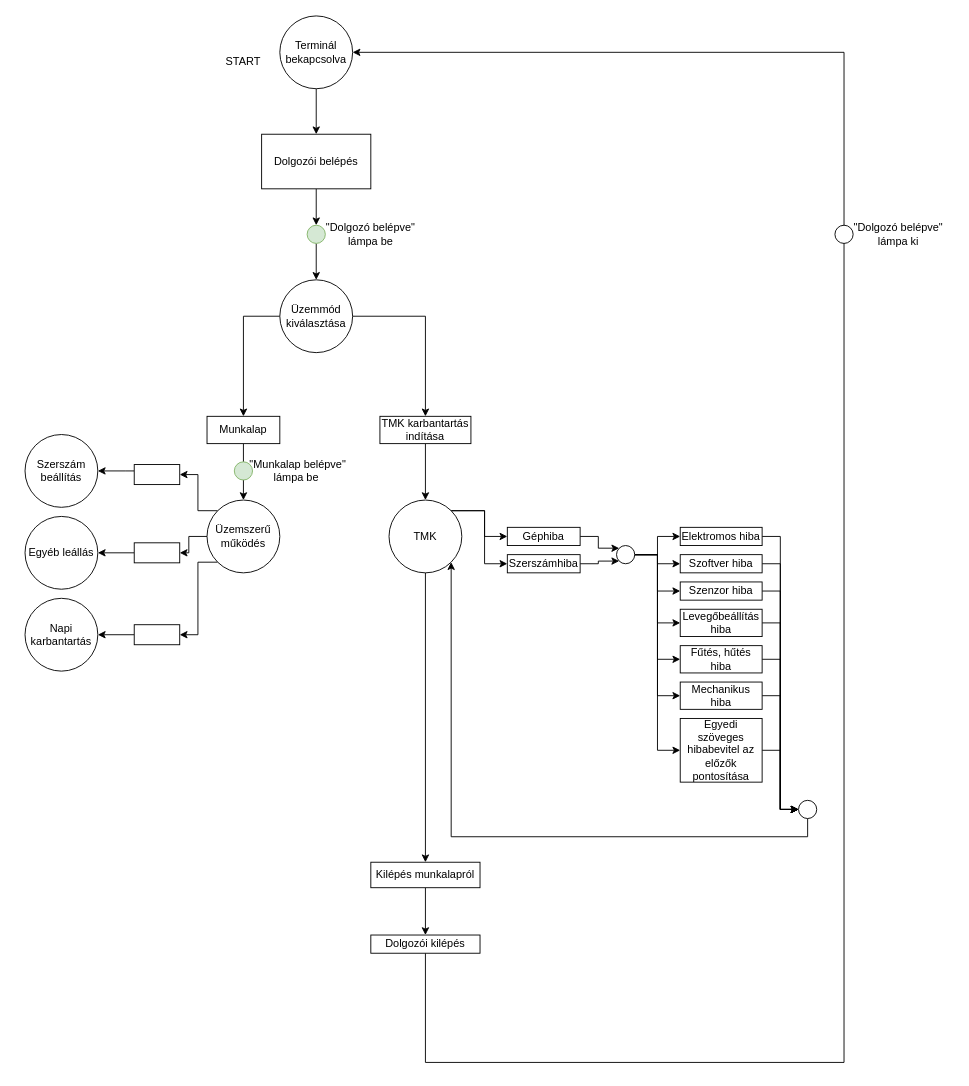
Above: mesterminal_flowchart.drawio in KerteszZoltan/mesterminal (draw.io), before the change. Source tidied: cells renumbered, new cells numbered last; positions are measured from the earlier drawing's top-left corner, leaving out a move shared by most shapes. Both pictures are drawn from the tidied source at 91%, with x=0, y=0 at pixel (25, 15).
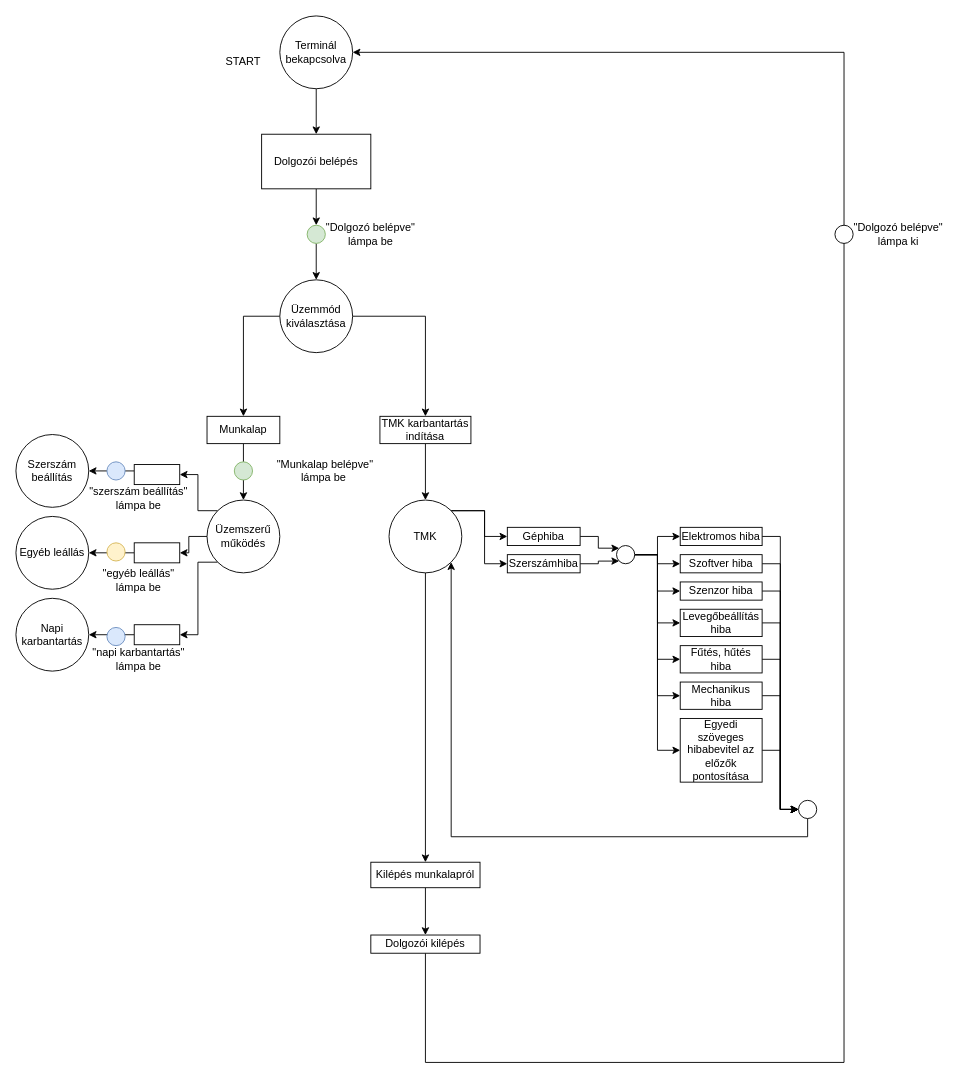
After the change.

Commit message:
something process pause save

Change to the diagram source:
```diff
@@
     <mxCell id="60" value="&quot;Munkalap belépve&quot; lámpa be&amp;nbsp;" style="text;html=1;strokeColor=none;fillColor=none;align=center;verticalAlign=middle;whiteSpace=wrap;rounded=0;" parent="1" vertex="1">
-      <mxGeometry x="240" y="485" width="120" height="30" as="geometry" />
+      <mxGeometry x="270" y="485" width="120" height="30" as="geometry" />
     </mxCell>
     <mxCell id="61" value="Szerszám beállítás" style="ellipse;whiteSpace=wrap;html=1;" parent="1" vertex="1">
-      <mxGeometry y="460" width="80" height="80" as="geometry" />
+      <mxGeometry x="-10" y="460" width="80" height="80" as="geometry" />
     </mxCell>
     <mxCell id="62" value="Egyéb leállás" style="ellipse;whiteSpace=wrap;html=1;" parent="1" vertex="1">
-      <mxGeometry y="550" width="80" height="80" as="geometry" />
+      <mxGeometry x="-10" y="550" width="80" height="80" as="geometry" />
     </mxCell>
     <mxCell id="63" value="Napi karbantartás" style="ellipse;whiteSpace=wrap;html=1;" parent="1" vertex="1">
-      <mxGeometry y="640" width="80" height="80" as="geometry" />
+      <mxGeometry x="-10" y="640" width="80" height="80" as="geometry" />
     </mxCell>
@@
+    <mxCell id="70" style="ellipse;whiteSpace=wrap;html=1;fillColor=#dae8fc;strokeColor=#6c8ebf;" parent="1" vertex="1">
+      <mxGeometry x="90" y="490" width="20" height="20" as="geometry" />
+    </mxCell>
+    <mxCell id="71" style="ellipse;whiteSpace=wrap;html=1;fillColor=#fff2cc;strokeColor=#d6b656;" parent="1" vertex="1">
+      <mxGeometry x="90" y="579" width="20" height="20" as="geometry" />
+    </mxCell>
+    <mxCell id="72" style="ellipse;whiteSpace=wrap;html=1;fillColor=#dae8fc;strokeColor=#6c8ebf;" parent="1" vertex="1">
+      <mxGeometry x="90" y="672" width="20" height="20" as="geometry" />
+    </mxCell>
+    <mxCell id="73" value="&quot;napi karbantartás&quot; lámpa be" style="text;html=1;strokeColor=none;fillColor=none;align=center;verticalAlign=middle;whiteSpace=wrap;rounded=0;" parent="1" vertex="1">
+      <mxGeometry x="60" y="697" width="130" height="20" as="geometry" />
+    </mxCell>
+    <mxCell id="74" value="&quot;egyéb leállás&quot; lámpa be" style="text;html=1;strokeColor=none;fillColor=none;align=center;verticalAlign=middle;whiteSpace=wrap;rounded=0;" parent="1" vertex="1">
+      <mxGeometry x="70" y="610" width="110" height="20" as="geometry" />
+    </mxCell>
+    <mxCell id="75" value="&quot;szerszám beállítás&quot; lámpa be" style="text;html=1;strokeColor=none;fillColor=none;align=center;verticalAlign=middle;whiteSpace=wrap;rounded=0;" parent="1" vertex="1">
+      <mxGeometry x="60" y="520" width="130" height="20" as="geometry" />
+    </mxCell>
```
